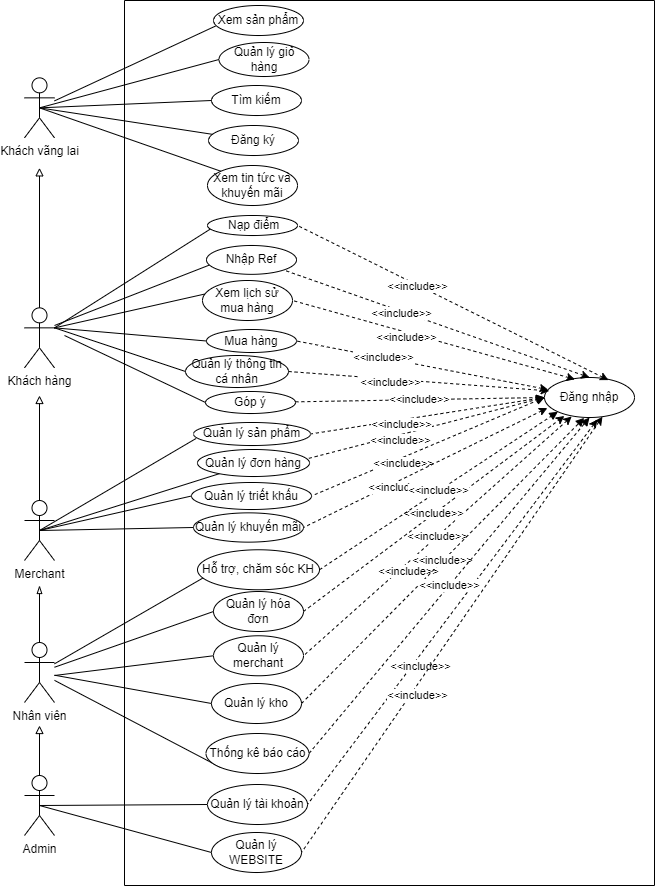
Before: UC_TongQuat-Page-1.drawio.png, a diagram exported from draw.io (leanhtuan9497/DoAnTotNghiep). Source tidied: cells renumbered, new cells last; positions are measured from the earlier drawing's top-left corner, leaving out a move shared by most shapes. The source it was exported from:
```xml
<mxGraphModel>
  <root>
    <mxCell id="0" />
    <mxCell id="1" parent="0" />
    <mxCell id="2" style="rounded=0;jettySize=auto;html=1;exitX=0.5;exitY=0.5;exitDx=0;exitDy=0;exitPerimeter=0;entryX=0;entryY=0;entryDx=0;entryDy=0;startArrow=none;startFill=0;endArrow=none;endFill=0;" parent="1" edge="1" source="3" target="40">
      <mxGeometry relative="1" as="geometry" />
    </mxCell>
    <mxCell id="3" value="Khách vãng lai" style="shape=umlActor;verticalLabelPosition=bottom;verticalAlign=top;html=1;outlineConnect=0;" parent="1" vertex="1">
      <mxGeometry y="77.3" width="30" height="60" as="geometry" />
    </mxCell>
    <mxCell id="4" style="rounded=0;jettySize=auto;html=1;entryX=0;entryY=0.5;entryDx=0;entryDy=0;endArrow=none;endFill=0;" parent="1" edge="1" target="78">
      <mxGeometry relative="1" as="geometry">
        <mxPoint x="40" y="335" as="sourcePoint" />
      </mxGeometry>
    </mxCell>
    <mxCell id="5" value="Khách hàng" style="shape=umlActor;verticalLabelPosition=bottom;verticalAlign=top;html=1;outlineConnect=0;" parent="1" vertex="1">
      <mxGeometry y="307.4" width="30" height="60" as="geometry" />
    </mxCell>
    <mxCell id="6" style="edgeStyle=none;rounded=0;jettySize=auto;html=1;exitX=0.5;exitY=0;exitDx=0;exitDy=0;exitPerimeter=0;startArrow=none;startFill=0;endArrow=block;endFill=0;" parent="1" edge="1" source="9">
      <mxGeometry relative="1" as="geometry">
        <mxPoint x="15" y="395" as="targetPoint" />
      </mxGeometry>
    </mxCell>
    <mxCell id="7" style="edgeStyle=none;rounded=0;jettySize=auto;html=1;exitX=0.5;exitY=0.5;exitDx=0;exitDy=0;exitPerimeter=0;startArrow=none;startFill=0;endArrow=none;endFill=0;" parent="1" edge="1" source="9" target="16">
      <mxGeometry relative="1" as="geometry" />
    </mxCell>
    <mxCell id="8" style="edgeStyle=none;rounded=0;jettySize=auto;html=1;exitX=0.5;exitY=0.5;exitDx=0;exitDy=0;exitPerimeter=0;entryX=0;entryY=0.5;entryDx=0;entryDy=0;startArrow=none;startFill=0;endArrow=none;endFill=0;" parent="1" edge="1" source="9" target="39">
      <mxGeometry relative="1" as="geometry" />
    </mxCell>
    <mxCell id="9" value="Merchant" style="shape=umlActor;verticalLabelPosition=bottom;verticalAlign=top;html=1;outlineConnect=0;" parent="1" vertex="1">
      <mxGeometry y="500" width="30" height="60" as="geometry" />
    </mxCell>
    <mxCell id="10" style="edgeStyle=none;rounded=0;jettySize=auto;html=1;exitX=0.5;exitY=0.5;exitDx=0;exitDy=0;exitPerimeter=0;entryX=0;entryY=0.5;entryDx=0;entryDy=0;startArrow=none;startFill=0;endArrow=none;endFill=0;" parent="1" edge="1" source="13" target="25">
      <mxGeometry relative="1" as="geometry" />
    </mxCell>
    <mxCell id="11" style="edgeStyle=none;rounded=0;jettySize=auto;html=1;exitX=0.5;exitY=0.5;exitDx=0;exitDy=0;exitPerimeter=0;entryX=0;entryY=0.5;entryDx=0;entryDy=0;startArrow=none;startFill=0;endArrow=none;endFill=0;" parent="1" edge="1" source="13" target="22">
      <mxGeometry relative="1" as="geometry" />
    </mxCell>
    <mxCell id="12" style="edgeStyle=none;rounded=0;jettySize=auto;html=1;exitX=0.5;exitY=0;exitDx=0;exitDy=0;exitPerimeter=0;startArrow=none;startFill=0;endArrow=block;endFill=0;" parent="1" edge="1" source="13">
      <mxGeometry relative="1" as="geometry">
        <mxPoint x="15" y="725" as="targetPoint" />
      </mxGeometry>
    </mxCell>
    <mxCell id="13" value="Admin" style="shape=umlActor;verticalLabelPosition=bottom;verticalAlign=top;html=1;outlineConnect=0;" parent="1" vertex="1">
      <mxGeometry y="775" width="30" height="60" as="geometry" />
    </mxCell>
    <mxCell id="14" value="Đăng nhập" style="ellipse;whiteSpace=wrap;html=1;" parent="1" vertex="1">
      <mxGeometry x="520" y="377" width="90" height="40" as="geometry" />
    </mxCell>
    <mxCell id="15" value="Tìm kiếm" style="ellipse;whiteSpace=wrap;html=1;" parent="1" vertex="1">
      <mxGeometry x="187" y="85" width="90" height="30" as="geometry" />
    </mxCell>
    <mxCell id="16" value="Quản lý đơn hàng" style="ellipse;whiteSpace=wrap;html=1;" parent="1" vertex="1">
      <mxGeometry x="173" y="449" width="112" height="27" as="geometry" />
    </mxCell>
    <mxCell id="17" value="Đăng ký" style="ellipse;whiteSpace=wrap;html=1;" parent="1" vertex="1">
      <mxGeometry x="184" y="125" width="90" height="30" as="geometry" />
    </mxCell>
    <mxCell id="18" style="endArrow=none;html=1;exitX=0.5;exitY=0.5;exitDx=0;exitDy=0;exitPerimeter=0;" parent="1" edge="1" source="3" target="17">
      <mxGeometry relative="1" as="geometry" />
    </mxCell>
    <mxCell id="19" style="endArrow=none;html=1;exitX=0.5;exitY=0.5;exitDx=0;exitDy=0;exitPerimeter=0;entryX=0;entryY=0.5;entryDx=0;entryDy=0;" parent="1" edge="1" source="3" target="15">
      <mxGeometry relative="1" as="geometry" />
    </mxCell>
    <mxCell id="20" value="&amp;nbsp;Nạp điểm" style="ellipse;whiteSpace=wrap;html=1;" parent="1" vertex="1">
      <mxGeometry x="183" y="215" width="90" height="20" as="geometry" />
    </mxCell>
    <mxCell id="21" style="endArrow=none;html=1;entryX=0.031;entryY=0.68;entryDx=0;entryDy=0;entryPerimeter=0;exitX=1;exitY=0.3333333333333333;exitDx=0;exitDy=0;exitPerimeter=0;" parent="1" edge="1" source="5" target="20">
      <mxGeometry relative="1" as="geometry" />
    </mxCell>
    <mxCell id="22" value="Quản lý WEBSITE" style="ellipse;whiteSpace=wrap;html=1;" parent="1" vertex="1">
      <mxGeometry x="187" y="832" width="90" height="40" as="geometry" />
    </mxCell>
    <mxCell id="23" value="Quản lý thông tin cá nhân" style="ellipse;whiteSpace=wrap;html=1;" parent="1" vertex="1">
      <mxGeometry x="161" y="355" width="103" height="32" as="geometry" />
    </mxCell>
    <mxCell id="24" style="endArrow=none;html=1;exitX=1;exitY=0.3333333333333333;exitDx=0;exitDy=0;exitPerimeter=0;entryX=0;entryY=0.5;entryDx=0;entryDy=0;" parent="1" edge="1" source="5" target="23">
      <mxGeometry relative="1" as="geometry" />
    </mxCell>
    <mxCell id="25" value="Quản lý tài khoản" style="ellipse;whiteSpace=wrap;html=1;" parent="1" vertex="1">
      <mxGeometry x="183" y="784" width="100" height="40" as="geometry" />
    </mxCell>
    <mxCell id="26" style="endArrow=none;dashed=1;html=1;startArrow=classic;startFill=1;entryX=1;entryY=0.5;entryDx=0;entryDy=0;exitX=0.711;exitY=0.065;exitDx=0;exitDy=0;exitPerimeter=0;" parent="1" edge="1" source="14" target="20">
      <mxGeometry relative="1" as="geometry" />
    </mxCell>
    <mxCell id="27" value="&amp;lt;&amp;lt;include&amp;gt;&amp;gt;" style="edgeLabel;html=1;align=center;verticalAlign=middle;" parent="26" vertex="1">
      <mxGeometry x="0.26" relative="1" as="geometry">
        <mxPoint x="4.7" y="3.7" as="offset" />
      </mxGeometry>
    </mxCell>
    <mxCell id="28" value="Xem sản phẩm" style="ellipse;whiteSpace=wrap;html=1;" parent="1" vertex="1">
      <mxGeometry x="189" y="5" width="90" height="30" as="geometry" />
    </mxCell>
    <mxCell id="29" value="Quản lý giỏ hàng" style="ellipse;whiteSpace=wrap;html=1;" parent="1" vertex="1">
      <mxGeometry x="194.5" y="42" width="90" height="34" as="geometry" />
    </mxCell>
    <mxCell id="30" style="endArrow=none;html=1;entryX=0.5;entryY=0.5;entryDx=0;entryDy=0;exitX=0;exitY=0.5;exitDx=0;exitDy=0;entryPerimeter=0;" parent="1" edge="1" source="29" target="3">
      <mxGeometry relative="1" as="geometry" />
    </mxCell>
    <mxCell id="31" style="endArrow=none;html=1;exitX=0.022;exitY=0.686;exitDx=0;exitDy=0;exitPerimeter=0;" parent="1" edge="1" source="28" target="3">
      <mxGeometry relative="1" as="geometry" />
    </mxCell>
    <mxCell id="32" style="endArrow=none;html=1;endFill=0;entryX=0.5;entryY=0;entryDx=0;entryDy=0;entryPerimeter=0;startArrow=block;startFill=0;" parent="1" edge="1" target="5">
      <mxGeometry relative="1" as="geometry">
        <mxPoint x="15" y="167.3" as="sourcePoint" />
      </mxGeometry>
    </mxCell>
    <mxCell id="33" value="Xem lịch sử mua hàng" style="ellipse;whiteSpace=wrap;html=1;" parent="1" vertex="1">
      <mxGeometry x="178" y="280" width="90" height="40" as="geometry" />
    </mxCell>
    <mxCell id="34" style="endArrow=none;html=1;exitX=1;exitY=0.3333333333333333;exitDx=0;exitDy=0;exitPerimeter=0;entryX=0.022;entryY=0.34;entryDx=0;entryDy=0;entryPerimeter=0;" parent="1" edge="1" source="5" target="33">
      <mxGeometry relative="1" as="geometry" />
    </mxCell>
    <mxCell id="35" style="endArrow=none;dashed=1;html=1;startArrow=classic;startFill=1;entryX=1;entryY=0.5;entryDx=0;entryDy=0;exitX=0.338;exitY=0.045;exitDx=0;exitDy=0;exitPerimeter=0;" parent="1" edge="1" source="14" target="33">
      <mxGeometry relative="1" as="geometry" />
    </mxCell>
    <mxCell id="36" value="&amp;lt;&amp;lt;include&amp;gt;&amp;gt;" style="edgeLabel;html=1;align=center;verticalAlign=middle;" parent="35" vertex="1">
      <mxGeometry x="0.26" relative="1" as="geometry">
        <mxPoint x="8.8" y="7" as="offset" />
      </mxGeometry>
    </mxCell>
    <mxCell id="37" value="Mua hàng" style="ellipse;whiteSpace=wrap;html=1;" parent="1" vertex="1">
      <mxGeometry x="182" y="329" width="90" height="23" as="geometry" />
    </mxCell>
    <mxCell id="38" style="endArrow=none;html=1;exitX=0;exitY=0.5;exitDx=0;exitDy=0;entryX=1;entryY=0.3333333333333333;entryDx=0;entryDy=0;entryPerimeter=0;" parent="1" edge="1" source="37" target="5">
      <mxGeometry relative="1" as="geometry" />
    </mxCell>
    <mxCell id="39" value="Quản lý triết khấu" style="ellipse;whiteSpace=wrap;html=1;" parent="1" vertex="1">
      <mxGeometry x="167" y="482" width="120" height="27" as="geometry" />
    </mxCell>
    <mxCell id="40" value="Xem tin tức và khuyến mãi" style="ellipse;whiteSpace=wrap;html=1;" parent="1" vertex="1">
      <mxGeometry x="183" y="165" width="90" height="40" as="geometry" />
    </mxCell>
    <mxCell id="41" style="endArrow=none;dashed=1;html=1;startArrow=classic;startFill=1;entryX=1;entryY=0.5;entryDx=0;entryDy=0;" parent="1" edge="1" source="14" target="37">
      <mxGeometry relative="1" as="geometry" />
    </mxCell>
    <mxCell id="42" value="&amp;lt;&amp;lt;include&amp;gt;&amp;gt;" style="edgeLabel;html=1;align=center;verticalAlign=middle;" parent="41" vertex="1">
      <mxGeometry x="0.26" relative="1" as="geometry">
        <mxPoint x="-6.2" y="-1.8" as="offset" />
      </mxGeometry>
    </mxCell>
    <mxCell id="43" style="endArrow=none;dashed=1;html=1;startArrow=classic;startFill=1;entryX=1;entryY=0.5;entryDx=0;entryDy=0;exitX=0.053;exitY=0.335;exitDx=0;exitDy=0;exitPerimeter=0;" parent="1" edge="1" source="14" target="23">
      <mxGeometry relative="1" as="geometry" />
    </mxCell>
    <mxCell id="44" value="&amp;lt;&amp;lt;include&amp;gt;&amp;gt;" style="edgeLabel;html=1;align=center;verticalAlign=middle;" parent="43" vertex="1">
      <mxGeometry x="0.26" relative="1" as="geometry">
        <mxPoint x="4.7" y="3.7" as="offset" />
      </mxGeometry>
    </mxCell>
    <mxCell id="45" style="endArrow=none;dashed=1;html=1;startArrow=classic;startFill=1;entryX=0.987;entryY=0.335;entryDx=0;entryDy=0;exitX=0;exitY=0.5;exitDx=0;exitDy=0;entryPerimeter=0;" parent="1" edge="1" source="14" target="16">
      <mxGeometry relative="1" as="geometry" />
    </mxCell>
    <mxCell id="46" value="&amp;lt;&amp;lt;include&amp;gt;&amp;gt;" style="edgeLabel;html=1;align=center;verticalAlign=middle;" parent="45" vertex="1">
      <mxGeometry x="0.26" relative="1" as="geometry">
        <mxPoint x="4.7" y="3.7" as="offset" />
      </mxGeometry>
    </mxCell>
    <mxCell id="47" style="endArrow=none;dashed=1;html=1;startArrow=classic;startFill=1;entryX=1;entryY=0.5;entryDx=0;entryDy=0;exitX=0;exitY=0.5;exitDx=0;exitDy=0;" parent="1" edge="1" source="14" target="39">
      <mxGeometry relative="1" as="geometry" />
    </mxCell>
    <mxCell id="48" value="&amp;lt;&amp;lt;include&amp;gt;&amp;gt;" style="edgeLabel;html=1;align=center;verticalAlign=middle;" parent="47" vertex="1">
      <mxGeometry x="0.26" relative="1" as="geometry">
        <mxPoint x="4.7" y="3.7" as="offset" />
      </mxGeometry>
    </mxCell>
    <mxCell id="49" style="endArrow=none;dashed=1;html=1;startArrow=classic;startFill=1;entryX=1;entryY=0.5;entryDx=0;entryDy=0;exitX=0;exitY=0.5;exitDx=0;exitDy=0;" parent="1" edge="1" source="14" target="66">
      <mxGeometry relative="1" as="geometry" />
    </mxCell>
    <mxCell id="50" value="&amp;lt;&amp;lt;include&amp;gt;&amp;gt;" style="edgeLabel;html=1;align=center;verticalAlign=middle;" parent="49" vertex="1">
      <mxGeometry x="0.26" relative="1" as="geometry">
        <mxPoint x="4.7" y="3.7" as="offset" />
      </mxGeometry>
    </mxCell>
    <mxCell id="51" value="&amp;lt;&amp;lt;include&amp;gt;&amp;gt;" style="endArrow=none;dashed=1;html=1;startArrow=classic;startFill=1;entryX=1;entryY=0.5;entryDx=0;entryDy=0;exitX=0.302;exitY=0.975;exitDx=0;exitDy=0;exitPerimeter=0;" parent="1" edge="1" source="14" target="58">
      <mxGeometry relative="1" as="geometry" />
    </mxCell>
    <mxCell id="52" value="&amp;lt;&amp;lt;include&amp;gt;&amp;gt;" style="edgeLabel;html=1;align=center;verticalAlign=middle;" parent="51" vertex="1">
      <mxGeometry x="0.26" relative="1" as="geometry">
        <mxPoint x="4.7" y="3.7" as="offset" />
      </mxGeometry>
    </mxCell>
    <mxCell id="53" style="endArrow=none;dashed=1;html=1;startArrow=classic;startFill=1;entryX=1;entryY=0.5;entryDx=0;entryDy=0;exitX=0.588;exitY=1.052;exitDx=0;exitDy=0;exitPerimeter=0;" parent="1" edge="1" source="14" target="25">
      <mxGeometry relative="1" as="geometry" />
    </mxCell>
    <mxCell id="54" value="&amp;lt;&amp;lt;include&amp;gt;&amp;gt;" style="edgeLabel;html=1;align=center;verticalAlign=middle;" parent="53" vertex="1">
      <mxGeometry x="0.26" relative="1" as="geometry">
        <mxPoint x="4.7" y="3.7" as="offset" />
      </mxGeometry>
    </mxCell>
    <mxCell id="55" style="endArrow=none;dashed=1;html=1;startArrow=classic;startFill=1;entryX=1;entryY=0.5;entryDx=0;entryDy=0;exitX=0.644;exitY=0.98;exitDx=0;exitDy=0;exitPerimeter=0;" parent="1" edge="1" source="14" target="22">
      <mxGeometry relative="1" as="geometry" />
    </mxCell>
    <mxCell id="56" value="&amp;lt;&amp;lt;include&amp;gt;&amp;gt;" style="edgeLabel;html=1;align=center;verticalAlign=middle;" parent="55" vertex="1">
      <mxGeometry x="0.26" relative="1" as="geometry">
        <mxPoint x="4.7" y="3.7" as="offset" />
      </mxGeometry>
    </mxCell>
    <mxCell id="57" style="edgeStyle=none;rounded=0;jettySize=auto;html=1;startArrow=none;startFill=0;endArrow=none;endFill=0;entryX=0;entryY=0.5;entryDx=0;entryDy=0;" parent="1" edge="1" target="58">
      <mxGeometry relative="1" as="geometry">
        <mxPoint x="30" y="675" as="sourcePoint" />
      </mxGeometry>
    </mxCell>
    <mxCell id="58" value="Quản lý merchant" style="ellipse;whiteSpace=wrap;html=1;" parent="1" vertex="1">
      <mxGeometry x="189" y="635.3" width="90" height="40" as="geometry" />
    </mxCell>
    <mxCell id="59" style="edgeStyle=none;rounded=0;jettySize=auto;html=1;entryX=0;entryY=0.5;entryDx=0;entryDy=0;startArrow=none;startFill=0;endArrow=none;endFill=0;exitX=0.5;exitY=0.5;exitDx=0;exitDy=0;exitPerimeter=0;" parent="1" edge="1" source="9" target="60">
      <mxGeometry relative="1" as="geometry" />
    </mxCell>
    <mxCell id="60" value="Quản lý khuyến mãi" style="ellipse;whiteSpace=wrap;html=1;" parent="1" vertex="1">
      <mxGeometry x="169" y="512.4" width="110" height="29.3" as="geometry" />
    </mxCell>
    <mxCell id="61" value="&amp;lt;&amp;lt;include&amp;gt;&amp;gt;" style="rounded=0;jettySize=auto;html=1;entryX=0.221;entryY=0.961;entryDx=0;entryDy=0;entryPerimeter=0;dashed=1;exitX=1;exitY=0.5;exitDx=0;exitDy=0;" parent="1" edge="1" source="62" target="14">
      <mxGeometry relative="1" as="geometry" />
    </mxCell>
    <mxCell id="62" value="Quản lý hóa đơn" style="ellipse;whiteSpace=wrap;html=1;" parent="1" vertex="1">
      <mxGeometry x="189" y="591" width="90" height="40" as="geometry" />
    </mxCell>
    <mxCell id="63" style="endArrow=none;dashed=1;html=1;startArrow=classic;startFill=1;entryX=1;entryY=0.5;entryDx=0;entryDy=0;exitX=0.032;exitY=0.764;exitDx=0;exitDy=0;exitPerimeter=0;" parent="1" edge="1" source="14" target="60">
      <mxGeometry relative="1" as="geometry" />
    </mxCell>
    <mxCell id="64" value="&amp;lt;&amp;lt;include&amp;gt;&amp;gt;" style="edgeLabel;html=1;align=center;verticalAlign=middle;" parent="63" vertex="1">
      <mxGeometry x="0.26" relative="1" as="geometry">
        <mxPoint x="4.7" y="3.7" as="offset" />
      </mxGeometry>
    </mxCell>
    <mxCell id="65" style="edgeStyle=none;rounded=0;jettySize=auto;html=1;exitX=0.5;exitY=0.5;exitDx=0;exitDy=0;exitPerimeter=0;entryX=0.022;entryY=0.695;entryDx=0;entryDy=0;entryPerimeter=0;startArrow=none;startFill=0;endArrow=none;endFill=0;" parent="1" edge="1" source="9" target="66">
      <mxGeometry relative="1" as="geometry" />
    </mxCell>
    <mxCell id="66" value="Quản lý sản phẩm" style="ellipse;whiteSpace=wrap;html=1;" parent="1" vertex="1">
      <mxGeometry x="169" y="422" width="117" height="23" as="geometry" />
    </mxCell>
    <mxCell id="67" value="Nhập Ref" style="ellipse;whiteSpace=wrap;html=1;" parent="1" vertex="1">
      <mxGeometry x="182" y="245" width="90" height="28.8" as="geometry" />
    </mxCell>
    <mxCell id="68" style="endArrow=none;html=1;entryX=0.031;entryY=0.68;entryDx=0;entryDy=0;entryPerimeter=0;" parent="1" edge="1" target="67">
      <mxGeometry relative="1" as="geometry">
        <mxPoint x="30" y="325" as="sourcePoint" />
      </mxGeometry>
    </mxCell>
    <mxCell id="69" style="endArrow=none;dashed=1;html=1;startArrow=classic;startFill=1;entryX=1;entryY=1;entryDx=0;entryDy=0;exitX=0.5;exitY=0;exitDx=0;exitDy=0;" parent="1" edge="1" source="14" target="67">
      <mxGeometry relative="1" as="geometry" />
    </mxCell>
    <mxCell id="70" value="&amp;lt;&amp;lt;include&amp;gt;&amp;gt;" style="edgeLabel;html=1;align=center;verticalAlign=middle;" parent="69" vertex="1">
      <mxGeometry x="0.26" relative="1" as="geometry">
        <mxPoint x="4.7" y="3.7" as="offset" />
      </mxGeometry>
    </mxCell>
    <mxCell id="71" style="edgeStyle=orthogonalEdgeStyle;rounded=0;jettySize=auto;html=1;endArrow=blockThin;endFill=0;" parent="1" edge="1" source="76">
      <mxGeometry relative="1" as="geometry">
        <mxPoint x="15" y="585" as="targetPoint" />
      </mxGeometry>
    </mxCell>
    <mxCell id="72" style="edgeStyle=none;rounded=0;jettySize=auto;html=1;entryX=0.051;entryY=0.695;entryDx=0;entryDy=0;entryPerimeter=0;endArrow=none;endFill=0;" parent="1" edge="1" source="76" target="80">
      <mxGeometry relative="1" as="geometry" />
    </mxCell>
    <mxCell id="73" style="edgeStyle=none;rounded=0;jettySize=auto;html=1;entryX=0;entryY=0.5;entryDx=0;entryDy=0;endArrow=none;endFill=0;" parent="1" edge="1" source="76" target="82">
      <mxGeometry relative="1" as="geometry" />
    </mxCell>
    <mxCell id="74" style="edgeStyle=none;rounded=0;jettySize=auto;html=1;entryX=0;entryY=1;entryDx=0;entryDy=0;endArrow=none;endFill=0;" parent="1" edge="1" source="76" target="84">
      <mxGeometry relative="1" as="geometry" />
    </mxCell>
    <mxCell id="75" style="edgeStyle=none;rounded=0;jettySize=auto;html=1;entryX=0;entryY=0.5;entryDx=0;entryDy=0;endArrow=none;endFill=0;" parent="1" edge="1" source="76" target="62">
      <mxGeometry relative="1" as="geometry" />
    </mxCell>
    <mxCell id="76" value="Nhân viên" style="shape=umlActor;verticalLabelPosition=bottom;verticalAlign=top;html=1;outlineConnect=0;" parent="1" vertex="1">
      <mxGeometry y="642" width="30" height="60" as="geometry" />
    </mxCell>
    <mxCell id="77" value="&amp;lt;&amp;lt;include&amp;gt;&amp;gt;" style="edgeStyle=none;rounded=0;jettySize=auto;html=1;entryX=0;entryY=0.5;entryDx=0;entryDy=0;endArrow=blockThin;endFill=0;dashed=1;" parent="1" edge="1" source="78" target="14">
      <mxGeometry relative="1" as="geometry" />
    </mxCell>
    <mxCell id="78" value="Góp ý" style="ellipse;whiteSpace=wrap;html=1;" parent="1" vertex="1">
      <mxGeometry x="181" y="391" width="90" height="22" as="geometry" />
    </mxCell>
    <mxCell id="79" value="&amp;lt;&amp;lt;include&amp;gt;&amp;gt;" style="edgeStyle=none;rounded=0;jettySize=auto;html=1;entryX=0;entryY=1;entryDx=0;entryDy=0;endArrow=block;endFill=1;dashed=1;exitX=1;exitY=0.5;exitDx=0;exitDy=0;" parent="1" edge="1" source="80" target="14">
      <mxGeometry relative="1" as="geometry" />
    </mxCell>
    <mxCell id="80" value="Hỗ trợ, chăm sóc KH" style="ellipse;whiteSpace=wrap;html=1;" parent="1" vertex="1">
      <mxGeometry x="173" y="549.3" width="122" height="40" as="geometry" />
    </mxCell>
    <mxCell id="81" value="&amp;lt;&amp;lt;include&amp;gt;&amp;gt;" style="edgeStyle=none;rounded=0;jettySize=auto;html=1;entryX=0.441;entryY=1.01;entryDx=0;entryDy=0;dashed=1;endArrow=block;endFill=1;exitX=1;exitY=0.5;exitDx=0;exitDy=0;entryPerimeter=0;" parent="1" edge="1" source="82" target="14">
      <mxGeometry relative="1" as="geometry" />
    </mxCell>
    <mxCell id="82" value="Quản lý kho" style="ellipse;whiteSpace=wrap;html=1;" parent="1" vertex="1">
      <mxGeometry x="187" y="683" width="90" height="40" as="geometry" />
    </mxCell>
    <mxCell id="83" value="&amp;lt;&amp;lt;include&amp;gt;&amp;gt;" style="edgeStyle=none;rounded=0;jettySize=auto;html=1;entryX=0.5;entryY=1;entryDx=0;entryDy=0;dashed=1;endArrow=block;endFill=1;exitX=1;exitY=0.5;exitDx=0;exitDy=0;" parent="1" edge="1" source="84" target="14">
      <mxGeometry relative="1" as="geometry" />
    </mxCell>
    <mxCell id="84" value="Thống kê báo cáo" style="ellipse;whiteSpace=wrap;html=1;" parent="1" vertex="1">
      <mxGeometry x="181.5" y="733" width="103" height="40" as="geometry" />
    </mxCell>
    <mxCell id="85" style="swimlane;startSize=0;" parent="1" vertex="1">
      <mxGeometry x="100" width="530" height="885" as="geometry" />
    </mxCell>
  </root>
</mxGraphModel>
```
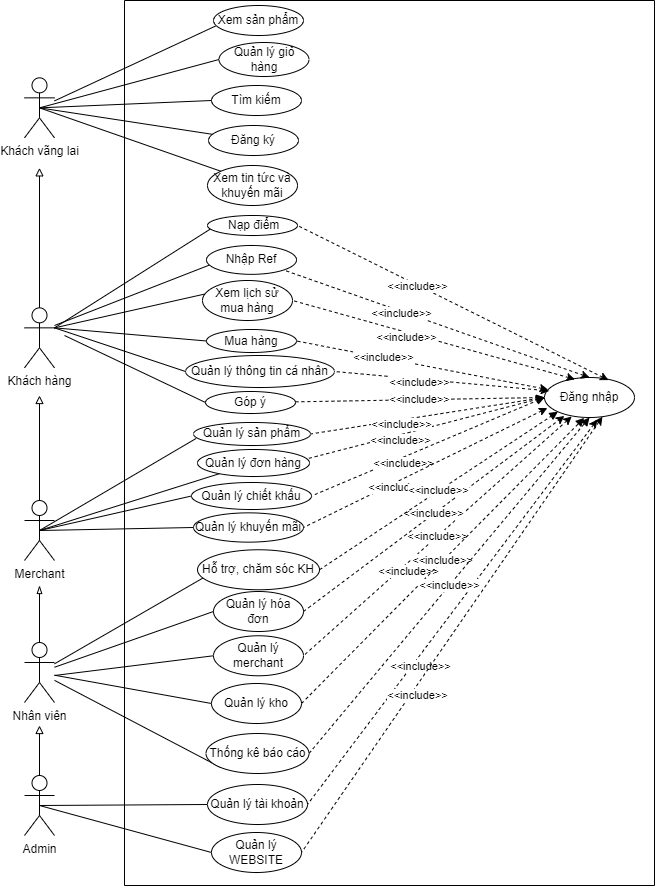
The same file after the commit.

What changed in the source:
```diff
@@ -72,7 +72,7 @@
       <mxGeometry x="187" y="832" width="90" height="40" as="geometry" />
     </mxCell>
     <mxCell id="23" value="Quản lý thông tin cá nhân" style="ellipse;whiteSpace=wrap;html=1;" parent="1" vertex="1">
-      <mxGeometry x="161" y="355" width="103" height="32" as="geometry" />
+      <mxGeometry x="161" y="355" width="149" height="32" as="geometry" />
     </mxCell>
     <mxCell id="24" style="endArrow=none;html=1;exitX=1;exitY=0.3333333333333333;exitDx=0;exitDy=0;exitPerimeter=0;entryX=0;entryY=0.5;entryDx=0;entryDy=0;" parent="1" edge="1" source="5" target="23">
       <mxGeometry relative="1" as="geometry" />
@@ -125,7 +125,7 @@
     <mxCell id="38" style="endArrow=none;html=1;exitX=0;exitY=0.5;exitDx=0;exitDy=0;entryX=1;entryY=0.3333333333333333;entryDx=0;entryDy=0;entryPerimeter=0;" parent="1" edge="1" source="37" target="5">
       <mxGeometry relative="1" as="geometry" />
     </mxCell>
-    <mxCell id="39" value="Quản lý triết khấu" style="ellipse;whiteSpace=wrap;html=1;" parent="1" vertex="1">
+    <mxCell id="39" value="Quản lý chiết khấu" style="ellipse;whiteSpace=wrap;html=1;" parent="1" vertex="1">
       <mxGeometry x="167" y="482" width="120" height="27" as="geometry" />
     </mxCell>
     <mxCell id="40" value="Xem tin tức và khuyến mãi" style="ellipse;whiteSpace=wrap;html=1;" parent="1" vertex="1">
```
